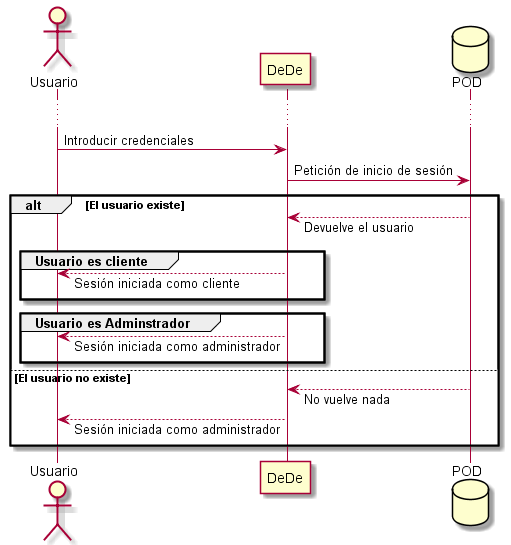
Above: images/Diagrama Inicio de sesión.png in Arquisoft/Arquisoft-dede_es_02b (PlantUML), before the change.
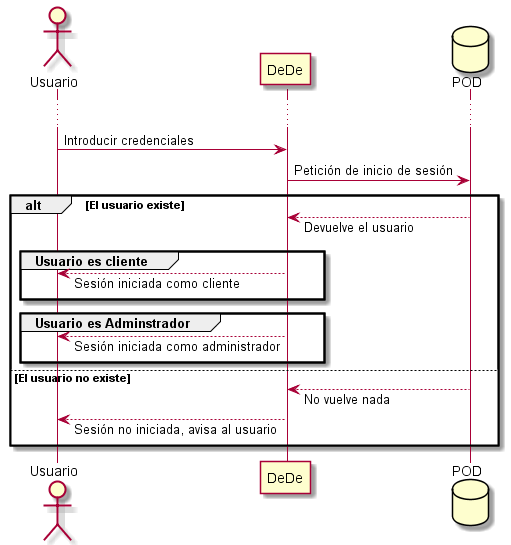
The same file after the commit.

Change to the diagram source:
```diff
@@ -18,6 +18,6 @@
     end
 else El usuario no existe
     POD --> DeDe: No vuelve nada
-    DeDe --> Usuario: Sesión iniciada como administrador
+    DeDe --> Usuario: Sesión no iniciada, avisa al usuario
 end
 @enduml
```
